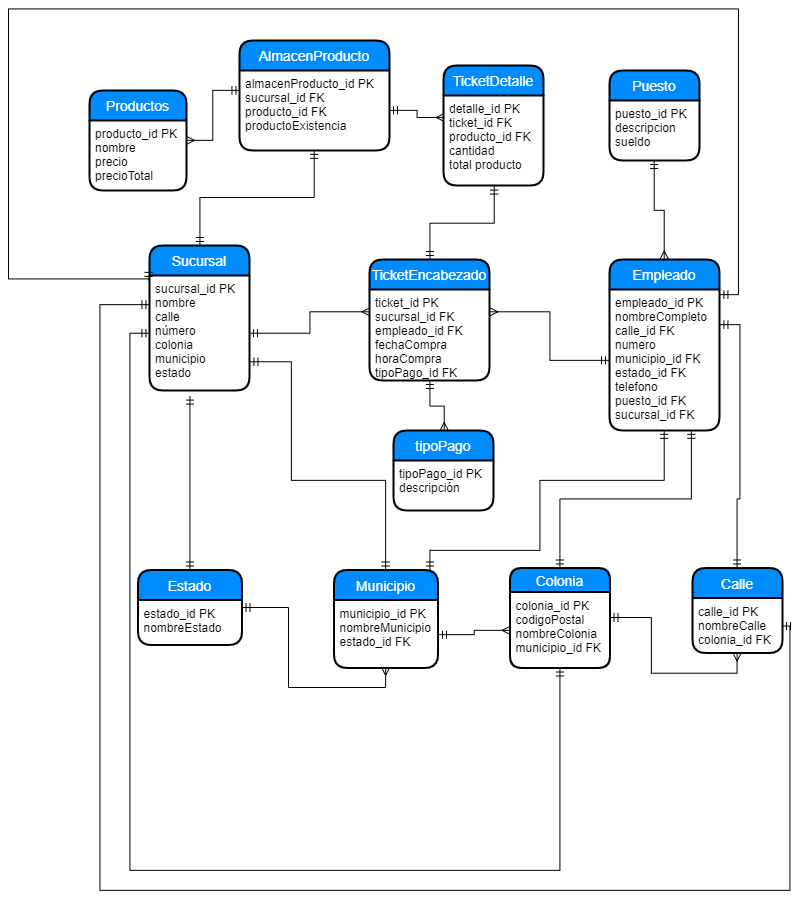
Above: Practica 5/Practica5.png in GerardoOchoa229/LBD_1851232 (draw.io), before the change. Source tidied: cells renumbered, new cells last; positions are measured from the earlier drawing's top-left corner, leaving out a move shared by most shapes. Source of this version:
```xml
<mxGraphModel>
  <root>
    <mxCell id="0" />
    <mxCell id="1" parent="0" />
    <mxCell id="2" style="edgeStyle=orthogonalEdgeStyle;rounded=0;jettySize=auto;html=1;entryX=0.5;entryY=1;entryDx=0;entryDy=0;endArrow=ERmandOne;endFill=0;startArrow=ERmandOne;startFill=0;" parent="1" edge="1" source="3" target="20">
      <mxGeometry relative="1" as="geometry" />
    </mxCell>
    <mxCell id="3" value="TicketEncabezado" style="swimlane;horizontal=1;startSize=30;fillColor=#008cff;fontColor=#FFFFFF;rounded=1;fontSize=14;fontStyle=0;strokeWidth=2;shadow=0;dashed=0;align=center;" parent="1" vertex="1">
      <mxGeometry x="361" y="250" width="120" height="121" as="geometry" />
    </mxCell>
    <mxCell id="4" value="ticket_id PK&#10;sucursal_id FK&#10;empleado_id FK&#10;fechaCompra&#10;horaCompra&#10;tipoPago_id FK" style="align=left;strokeColor=none;fillColor=none;spacingLeft=4;fontSize=12;verticalAlign=top;" parent="3" vertex="1">
      <mxGeometry y="30" width="120" height="91" as="geometry" />
    </mxCell>
    <mxCell id="5" value="tipoPago" style="swimlane;horizontal=1;startSize=30;fillColor=#008cff;fontColor=#FFFFFF;rounded=1;fontSize=14;fontStyle=0;strokeWidth=2;shadow=0;dashed=0;align=center;" parent="1" vertex="1">
      <mxGeometry x="385" y="421" width="100" height="80" as="geometry" />
    </mxCell>
    <mxCell id="6" value="tipoPago_id PK&#10;descripción" style="align=left;strokeColor=none;fillColor=none;spacingLeft=4;fontSize=12;verticalAlign=top;" parent="5" vertex="1">
      <mxGeometry y="30" width="100" height="50" as="geometry" />
    </mxCell>
    <mxCell id="7" style="edgeStyle=orthogonalEdgeStyle;rounded=0;jettySize=auto;html=1;entryX=0.5;entryY=0;entryDx=0;entryDy=0;startArrow=ERmandOne;startFill=0;endArrow=ERmany;endFill=0;" parent="1" edge="1" source="22" target="9">
      <mxGeometry relative="1" as="geometry" />
    </mxCell>
    <mxCell id="8" style="edgeStyle=orthogonalEdgeStyle;rounded=0;jettySize=auto;html=1;entryX=1;entryY=0.25;entryDx=0;entryDy=0;startArrow=ERmandOne;startFill=0;endArrow=ERmany;endFill=0;" parent="1" edge="1" source="10" target="4">
      <mxGeometry relative="1" as="geometry" />
    </mxCell>
    <mxCell id="9" value="Empleado" style="swimlane;horizontal=1;startSize=30;fillColor=#008cff;fontColor=#FFFFFF;rounded=1;fontSize=14;fontStyle=0;strokeWidth=2;shadow=0;dashed=0;align=center;" parent="1" vertex="1">
      <mxGeometry x="601" y="250" width="110" height="171" as="geometry" />
    </mxCell>
    <mxCell id="10" value="empleado_id PK&#10;nombreCompleto&#10;calle_id FK&#10;numero&#10;municipio_id FK&#10;estado_id FK&#10;telefono&#10;puesto_id FK&#10;sucursal_id FK" style="align=left;strokeColor=none;fillColor=none;spacingLeft=4;fontSize=12;verticalAlign=top;" parent="9" vertex="1">
      <mxGeometry y="30" width="110" height="141" as="geometry" />
    </mxCell>
    <mxCell id="11" style="edgeStyle=orthogonalEdgeStyle;rounded=0;jettySize=auto;html=1;entryX=0.5;entryY=0;entryDx=0;entryDy=0;startArrow=ERmandOne;startFill=0;endArrow=ERmany;endFill=0;" parent="1" edge="1" source="4" target="5">
      <mxGeometry relative="1" as="geometry" />
    </mxCell>
    <mxCell id="12" style="edgeStyle=orthogonalEdgeStyle;rounded=0;jettySize=auto;html=1;entryX=0;entryY=0.25;entryDx=0;entryDy=0;startArrow=ERmany;startFill=0;endArrow=ERmandOne;endFill=0;" parent="1" edge="1" source="17" target="14">
      <mxGeometry relative="1" as="geometry" />
    </mxCell>
    <mxCell id="13" value="AlmacenProducto" style="swimlane;horizontal=1;startSize=30;fillColor=#008cff;fontColor=#FFFFFF;rounded=1;fontSize=14;fontStyle=0;strokeWidth=2;shadow=0;dashed=0;align=center;" parent="1" vertex="1">
      <mxGeometry x="231" y="31" width="150" height="110" as="geometry" />
    </mxCell>
    <mxCell id="14" value="almacenProducto_id PK&#10;sucursal_id FK&#10;producto_id FK&#10;productoExistencia&#10;" style="align=left;strokeColor=none;fillColor=none;spacingLeft=4;fontSize=12;verticalAlign=top;" parent="13" vertex="1">
      <mxGeometry y="30" width="150" height="80" as="geometry" />
    </mxCell>
    <mxCell id="15" style="edgeStyle=orthogonalEdgeStyle;rounded=0;jettySize=auto;html=1;entryX=0;entryY=0.25;entryDx=0;entryDy=0;startArrow=ERmandOne;startFill=0;endArrow=ERmany;endFill=0;" parent="1" edge="1" source="14" target="20">
      <mxGeometry relative="1" as="geometry" />
    </mxCell>
    <mxCell id="16" style="edgeStyle=orthogonalEdgeStyle;rounded=0;jettySize=auto;html=1;entryX=1;entryY=0.5;entryDx=0;entryDy=0;startArrow=ERmany;startFill=0;endArrow=ERmandOne;endFill=0;" parent="1" edge="1" source="38" target="35">
      <mxGeometry relative="1" as="geometry" />
    </mxCell>
    <mxCell id="17" value="Productos" style="swimlane;horizontal=1;startSize=30;fillColor=#008cff;fontColor=#FFFFFF;rounded=1;fontSize=14;fontStyle=0;strokeWidth=2;shadow=0;dashed=0;align=center;" parent="1" vertex="1">
      <mxGeometry x="81" y="81" width="97" height="100" as="geometry" />
    </mxCell>
    <mxCell id="18" value="producto_id PK&#10;nombre&#10;precio &#10;precioTotal" style="align=left;strokeColor=none;fillColor=none;spacingLeft=4;fontSize=12;verticalAlign=top;" parent="17" vertex="1">
      <mxGeometry y="30" width="97" height="70" as="geometry" />
    </mxCell>
    <mxCell id="19" value="TicketDetalle" style="swimlane;horizontal=1;startSize=30;fillColor=#008cff;fontColor=#FFFFFF;rounded=1;fontSize=14;fontStyle=0;strokeWidth=2;shadow=0;dashed=0;align=center;" parent="1" vertex="1">
      <mxGeometry x="435" y="56" width="100" height="120" as="geometry" />
    </mxCell>
    <mxCell id="20" value="detalle_id PK&#10;ticket_id FK&#10;producto_id FK&#10;cantidad &#10;total producto" style="align=left;strokeColor=none;fillColor=none;spacingLeft=4;fontSize=12;verticalAlign=top;" parent="19" vertex="1">
      <mxGeometry y="30" width="100" height="90" as="geometry" />
    </mxCell>
    <mxCell id="21" value="Puesto" style="swimlane;horizontal=1;startSize=30;fillColor=#008cff;fontColor=#FFFFFF;rounded=1;fontSize=14;fontStyle=0;strokeWidth=2;shadow=0;dashed=0;align=center;" parent="1" vertex="1">
      <mxGeometry x="601" y="61" width="90" height="90" as="geometry" />
    </mxCell>
    <mxCell id="22" value="puesto_id PK&#10;descripcion&#10;sueldo" style="align=left;strokeColor=none;fillColor=none;spacingLeft=4;fontSize=12;verticalAlign=top;" parent="21" vertex="1">
      <mxGeometry y="30" width="90" height="60" as="geometry" />
    </mxCell>
    <mxCell id="23" style="edgeStyle=orthogonalEdgeStyle;rounded=0;jettySize=auto;html=1;entryX=0.5;entryY=1;entryDx=0;entryDy=0;startArrow=ERmandOne;startFill=0;endArrow=ERmandOne;endFill=0;" parent="1" edge="1" source="24" target="14">
      <mxGeometry relative="1" as="geometry" />
    </mxCell>
    <mxCell id="24" value="Sucursal" style="swimlane;horizontal=1;startSize=30;fillColor=#008cff;fontColor=#FFFFFF;rounded=1;fontSize=14;fontStyle=0;strokeWidth=2;shadow=0;dashed=0;align=center;" parent="1" vertex="1">
      <mxGeometry x="141" y="236" width="100" height="145" as="geometry" />
    </mxCell>
    <mxCell id="25" value="sucursal_id PK&#10;nombre&#10;calle&#10;número&#10;colonia&#10;municipio&#10;estado" style="align=left;strokeColor=none;fillColor=none;spacingLeft=4;fontSize=12;verticalAlign=top;" parent="24" vertex="1">
      <mxGeometry y="30" width="100" height="115" as="geometry" />
    </mxCell>
    <mxCell id="26" style="edgeStyle=orthogonalEdgeStyle;rounded=0;jettySize=auto;html=1;entryX=0;entryY=0.25;entryDx=0;entryDy=0;startArrow=ERmandOne;startFill=0;endArrow=ERmany;endFill=0;" parent="1" edge="1" source="25" target="4">
      <mxGeometry relative="1" as="geometry" />
    </mxCell>
    <mxCell id="27" style="edgeStyle=orthogonalEdgeStyle;rounded=0;jettySize=auto;html=1;entryX=0.5;entryY=1;entryDx=0;entryDy=0;startArrow=ERmandOne;startFill=0;endArrow=ERmany;endFill=0;" parent="1" edge="1" source="30" target="35">
      <mxGeometry relative="1" as="geometry" />
    </mxCell>
    <mxCell id="28" style="edgeStyle=orthogonalEdgeStyle;rounded=0;jettySize=auto;html=1;entryX=0.5;entryY=1;entryDx=0;entryDy=0;startArrow=ERmandOne;startFill=0;endArrow=ERmany;endFill=0;" parent="1" edge="1" source="37" target="40">
      <mxGeometry relative="1" as="geometry" />
    </mxCell>
    <mxCell id="29" style="edgeStyle=orthogonalEdgeStyle;rounded=0;jettySize=auto;html=1;entryX=0.407;entryY=1.043;entryDx=0;entryDy=0;entryPerimeter=0;startArrow=ERmandOne;startFill=0;endArrow=ERmandOne;endFill=0;" parent="1" edge="1" source="30" target="25">
      <mxGeometry relative="1" as="geometry" />
    </mxCell>
    <mxCell id="30" value="Estado" style="swimlane;horizontal=1;startSize=30;fillColor=#008cff;fontColor=#FFFFFF;rounded=1;fontSize=14;fontStyle=0;strokeWidth=2;shadow=0;dashed=0;align=center;" parent="1" vertex="1">
      <mxGeometry x="129.5" y="560.5" width="104" height="75" as="geometry" />
    </mxCell>
    <mxCell id="31" value="estado_id PK&#10;nombreEstado" style="align=left;strokeColor=none;fillColor=none;spacingLeft=4;fontSize=12;verticalAlign=top;" parent="30" vertex="1">
      <mxGeometry y="30" width="104" height="45" as="geometry" />
    </mxCell>
    <mxCell id="32" style="edgeStyle=orthogonalEdgeStyle;rounded=0;jettySize=auto;html=1;entryX=1;entryY=0.75;entryDx=0;entryDy=0;startArrow=ERmandOne;startFill=0;endArrow=ERmandOne;endFill=0;" parent="1" edge="1" source="34" target="25">
      <mxGeometry relative="1" as="geometry">
        <Array as="points">
          <mxPoint x="377" y="471" />
          <mxPoint x="283" y="471" />
          <mxPoint x="283" y="352" />
        </Array>
      </mxGeometry>
    </mxCell>
    <mxCell id="33" style="edgeStyle=orthogonalEdgeStyle;rounded=0;jettySize=auto;html=1;entryX=0.5;entryY=1;entryDx=0;entryDy=0;startArrow=ERmandOne;startFill=0;endArrow=ERmandOne;endFill=0;" parent="1" edge="1" source="34" target="10">
      <mxGeometry relative="1" as="geometry">
        <Array as="points">
          <mxPoint x="421" y="541" />
          <mxPoint x="531" y="541" />
          <mxPoint x="531" y="471" />
          <mxPoint x="656" y="471" />
        </Array>
      </mxGeometry>
    </mxCell>
    <mxCell id="34" value="Municipio" style="swimlane;horizontal=1;startSize=30;fillColor=#008cff;fontColor=#FFFFFF;rounded=1;fontSize=14;fontStyle=0;strokeWidth=2;shadow=0;dashed=0;align=center;" parent="1" vertex="1">
      <mxGeometry x="325.5" y="560.5" width="104" height="98" as="geometry" />
    </mxCell>
    <mxCell id="35" value="municipio_id PK&#10;nombreMunicipio&#10;estado_id FK" style="align=left;strokeColor=none;fillColor=none;spacingLeft=4;fontSize=12;verticalAlign=top;" parent="34" vertex="1">
      <mxGeometry y="30" width="104" height="68" as="geometry" />
    </mxCell>
    <mxCell id="36" style="edgeStyle=orthogonalEdgeStyle;rounded=0;jettySize=auto;html=1;entryX=0.75;entryY=1;entryDx=0;entryDy=0;startArrow=ERmandOne;startFill=0;endArrow=ERmandOne;endFill=0;" parent="1" edge="1" source="37" target="10">
      <mxGeometry relative="1" as="geometry" />
    </mxCell>
    <mxCell id="37" value="Colonia" style="swimlane;horizontal=1;startSize=24;fillColor=#008cff;fontColor=#FFFFFF;rounded=1;fontSize=14;fontStyle=0;strokeWidth=2;shadow=0;dashed=0;align=center;arcSize=16;" parent="1" vertex="1">
      <mxGeometry x="501.5" y="558.5" width="100" height="100" as="geometry" />
    </mxCell>
    <mxCell id="38" value="colonia_id PK&#10;codigoPostal&#10;nombreColonia&#10;municipio_id FK" style="align=left;strokeColor=none;fillColor=none;spacingLeft=4;fontSize=12;verticalAlign=top;" parent="37" vertex="1">
      <mxGeometry y="24" width="100" height="76" as="geometry" />
    </mxCell>
    <mxCell id="39" style="edgeStyle=orthogonalEdgeStyle;rounded=0;jettySize=auto;html=1;entryX=1;entryY=0.25;entryDx=0;entryDy=0;startArrow=ERmandOne;startFill=0;endArrow=ERmandOne;endFill=0;" parent="1" edge="1" source="40" target="10">
      <mxGeometry relative="1" as="geometry" />
    </mxCell>
    <mxCell id="40" value="Calle" style="swimlane;horizontal=1;startSize=30;fillColor=#008cff;fontColor=#FFFFFF;rounded=1;fontSize=14;fontStyle=0;strokeWidth=2;shadow=0;dashed=0;align=center;" parent="1" vertex="1">
      <mxGeometry x="684" y="558.5" width="90" height="85" as="geometry" />
    </mxCell>
    <mxCell id="41" value="calle_id PK&#10;nombreCalle&#10;colonia_id FK" style="align=left;strokeColor=none;fillColor=none;spacingLeft=4;fontSize=12;verticalAlign=top;" parent="40" vertex="1">
      <mxGeometry y="30" width="90" height="55" as="geometry" />
    </mxCell>
    <mxCell id="42" style="edgeStyle=orthogonalEdgeStyle;rounded=0;jettySize=auto;html=1;entryX=0;entryY=0.25;entryDx=0;entryDy=0;startArrow=ERmandOne;startFill=0;endArrow=ERmandOne;endFill=0;" parent="1" edge="1" source="41" target="25">
      <mxGeometry relative="1" as="geometry">
        <Array as="points">
          <mxPoint x="781" y="617" />
          <mxPoint x="781" y="881" />
          <mxPoint x="91" y="881" />
          <mxPoint x="91" y="295" />
        </Array>
      </mxGeometry>
    </mxCell>
    <mxCell id="43" style="edgeStyle=orthogonalEdgeStyle;rounded=0;jettySize=auto;html=1;entryX=0;entryY=0.5;entryDx=0;entryDy=0;startArrow=ERmandOne;startFill=0;endArrow=ERmandOne;endFill=0;" parent="1" edge="1" source="38" target="25">
      <mxGeometry relative="1" as="geometry">
        <Array as="points">
          <mxPoint x="551" y="861" />
          <mxPoint x="121" y="861" />
          <mxPoint x="121" y="324" />
        </Array>
      </mxGeometry>
    </mxCell>
    <mxCell id="44" style="edgeStyle=orthogonalEdgeStyle;rounded=0;jettySize=auto;html=1;entryX=1.009;entryY=0.039;entryDx=0;entryDy=0;entryPerimeter=0;startArrow=ERmandOne;startFill=0;endArrow=ERmandOne;endFill=0;exitX=-0.015;exitY=0.039;exitDx=0;exitDy=0;exitPerimeter=0;" parent="1" edge="1" source="25" target="10">
      <mxGeometry relative="1" as="geometry">
        <Array as="points">
          <mxPoint y="270" />
          <mxPoint />
          <mxPoint x="730" />
          <mxPoint x="730" y="285" />
        </Array>
      </mxGeometry>
    </mxCell>
  </root>
</mxGraphModel>
```
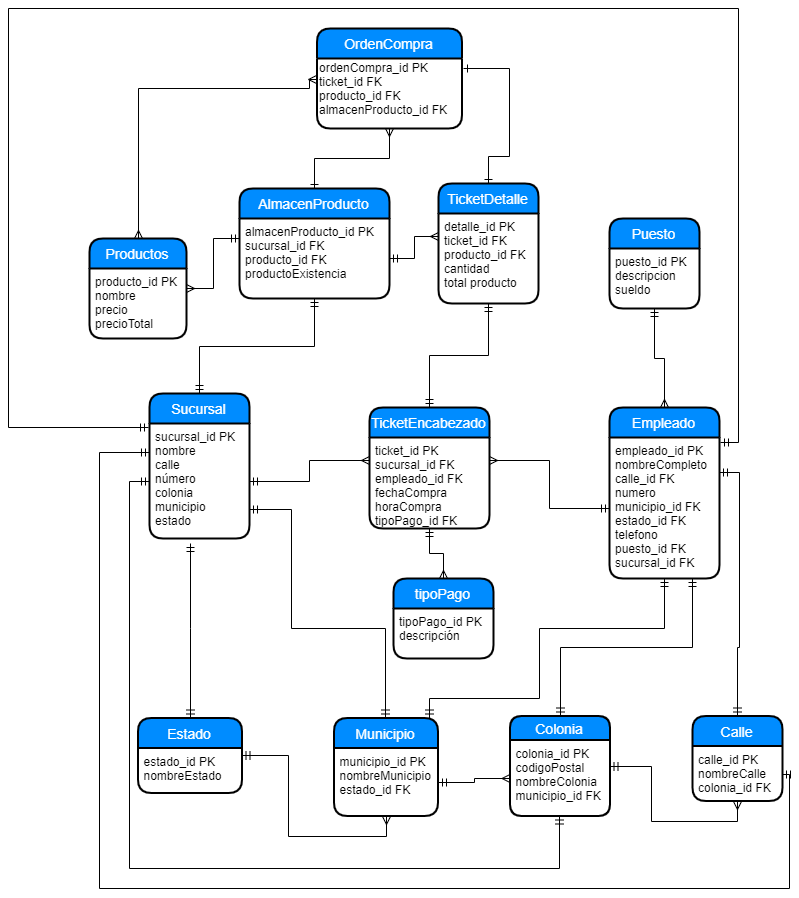
Above is the later version.

Change to the diagram source:
```diff
@@ -35,6 +35,9 @@
     <mxCell id="12" style="edgeStyle=orthogonalEdgeStyle;rounded=0;jettySize=auto;html=1;entryX=0;entryY=0.25;entryDx=0;entryDy=0;startArrow=ERmany;startFill=0;endArrow=ERmandOne;endFill=0;" parent="1" edge="1" source="17" target="14">
       <mxGeometry relative="1" as="geometry" />
     </mxCell>
+    <mxCell id="45" style="edgeStyle=orthogonalEdgeStyle;rounded=0;jettySize=auto;html=1;startArrow=ERone;startFill=0;endArrow=ERmany;endFill=0;" parent="1" edge="1" source="13" target="49">
+      <mxGeometry relative="1" as="geometry" />
+    </mxCell>
     <mxCell id="13" value="AlmacenProducto" style="swimlane;horizontal=1;startSize=30;fillColor=#008cff;fontColor=#FFFFFF;rounded=1;fontSize=14;fontStyle=0;strokeWidth=2;shadow=0;dashed=0;align=center;" parent="1" vertex="1">
       <mxGeometry x="231" y="31" width="150" height="110" as="geometry" />
     </mxCell>
@@ -47,14 +50,31 @@
     <mxCell id="16" style="edgeStyle=orthogonalEdgeStyle;rounded=0;jettySize=auto;html=1;entryX=1;entryY=0.5;entryDx=0;entryDy=0;startArrow=ERmany;startFill=0;endArrow=ERmandOne;endFill=0;" parent="1" edge="1" source="38" target="35">
       <mxGeometry relative="1" as="geometry" />
     </mxCell>
+    <mxCell id="46" style="edgeStyle=orthogonalEdgeStyle;rounded=0;jettySize=auto;html=1;entryX=-0.003;entryY=0.297;entryDx=0;entryDy=0;entryPerimeter=0;startArrow=ERmany;startFill=0;endArrow=ERmany;endFill=0;" parent="1" edge="1" source="17" target="49">
+      <mxGeometry relative="1" as="geometry">
+        <Array as="points">
+          <mxPoint x="130" y="-69" />
+          <mxPoint x="301" y="-69" />
+        </Array>
+      </mxGeometry>
+    </mxCell>
     <mxCell id="17" value="Productos" style="swimlane;horizontal=1;startSize=30;fillColor=#008cff;fontColor=#FFFFFF;rounded=1;fontSize=14;fontStyle=0;strokeWidth=2;shadow=0;dashed=0;align=center;" parent="1" vertex="1">
       <mxGeometry x="81" y="81" width="97" height="100" as="geometry" />
     </mxCell>
     <mxCell id="18" value="producto_id PK&#10;nombre&#10;precio &#10;precioTotal" style="align=left;strokeColor=none;fillColor=none;spacingLeft=4;fontSize=12;verticalAlign=top;" parent="17" vertex="1">
       <mxGeometry y="30" width="97" height="70" as="geometry" />
     </mxCell>
+    <mxCell id="47" style="edgeStyle=orthogonalEdgeStyle;rounded=0;jettySize=auto;html=1;entryX=1.007;entryY=0.137;entryDx=0;entryDy=0;entryPerimeter=0;startArrow=ERone;startFill=0;endArrow=ERone;endFill=0;" parent="1" edge="1" source="19" target="49">
+      <mxGeometry relative="1" as="geometry">
+        <Array as="points">
+          <mxPoint x="480" y="-1" />
+          <mxPoint x="501" y="-1" />
+          <mxPoint x="501" y="-89" />
+        </Array>
+      </mxGeometry>
+    </mxCell>
     <mxCell id="19" value="TicketDetalle" style="swimlane;horizontal=1;startSize=30;fillColor=#008cff;fontColor=#FFFFFF;rounded=1;fontSize=14;fontStyle=0;strokeWidth=2;shadow=0;dashed=0;align=center;" parent="1" vertex="1">
-      <mxGeometry x="435" y="56" width="100" height="120" as="geometry" />
+      <mxGeometry x="430" y="26" width="100" height="120" as="geometry" />
     </mxCell>
     <mxCell id="20" value="detalle_id PK&#10;ticket_id FK&#10;producto_id FK&#10;cantidad &#10;total producto" style="align=left;strokeColor=none;fillColor=none;spacingLeft=4;fontSize=12;verticalAlign=top;" parent="19" vertex="1">
       <mxGeometry y="30" width="100" height="90" as="geometry" />
@@ -139,8 +159,8 @@
       <mxGeometry relative="1" as="geometry">
         <Array as="points">
           <mxPoint x="781" y="617" />
-          <mxPoint x="781" y="881" />
-          <mxPoint x="91" y="881" />
+          <mxPoint x="781" y="731" />
+          <mxPoint x="91" y="731" />
           <mxPoint x="91" y="295" />
         </Array>
       </mxGeometry>
@@ -148,8 +168,8 @@
     <mxCell id="43" style="edgeStyle=orthogonalEdgeStyle;rounded=0;jettySize=auto;html=1;entryX=0;entryY=0.5;entryDx=0;entryDy=0;startArrow=ERmandOne;startFill=0;endArrow=ERmandOne;endFill=0;" parent="1" edge="1" source="38" target="25">
       <mxGeometry relative="1" as="geometry">
         <Array as="points">
-          <mxPoint x="551" y="861" />
-          <mxPoint x="121" y="861" />
+          <mxPoint x="551" y="711" />
+          <mxPoint x="121" y="711" />
           <mxPoint x="121" y="324" />
         </Array>
       </mxGeometry>
@@ -158,11 +178,17 @@
       <mxGeometry relative="1" as="geometry">
         <Array as="points">
           <mxPoint y="270" />
-          <mxPoint />
-          <mxPoint x="730" />
+          <mxPoint y="-149" />
+          <mxPoint x="730" y="-149" />
           <mxPoint x="730" y="285" />
         </Array>
       </mxGeometry>
     </mxCell>
+    <mxCell id="48" value="OrdenCompra" style="swimlane;horizontal=1;startSize=30;fillColor=#008cff;fontColor=#FFFFFF;rounded=1;fontSize=14;fontStyle=0;strokeWidth=2;shadow=0;dashed=0;align=center;" parent="1" vertex="1">
+      <mxGeometry x="308.5" y="-129" width="145" height="100" as="geometry" />
+    </mxCell>
+    <mxCell id="49" value="ordenCompra_id PK&lt;br&gt;ticket_id FK&lt;br&gt;producto_id FK&lt;br&gt;almacenProducto_id FK" style="text;html=1;points=[];align=left;verticalAlign=top;spacingTop=-4;" parent="48" vertex="1">
+      <mxGeometry y="30" width="145" height="70" as="geometry" />
+    </mxCell>
   </root>
 </mxGraphModel>
```
